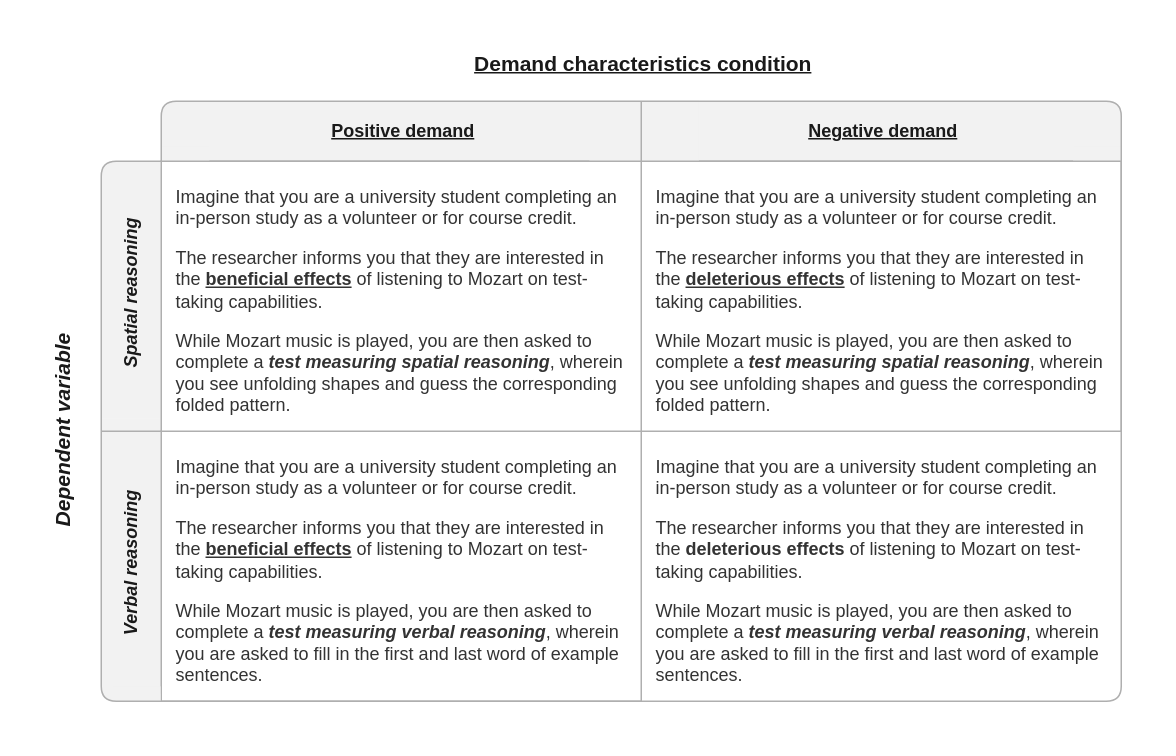
This is page "VignetteFigure" (2 of 3) of images/metaware_figures.drawio from ColesNicholas/metaware, a draw.io file, before an edit. Source tidied: cells renumbered, new cells numbered last; positions are measured from the earlier drawing's top-left corner, leaving out a move shared by most shapes. Both pictures are drawn from the tidied source at 150%, with x=0, y=0 at pixel (-204, 26).
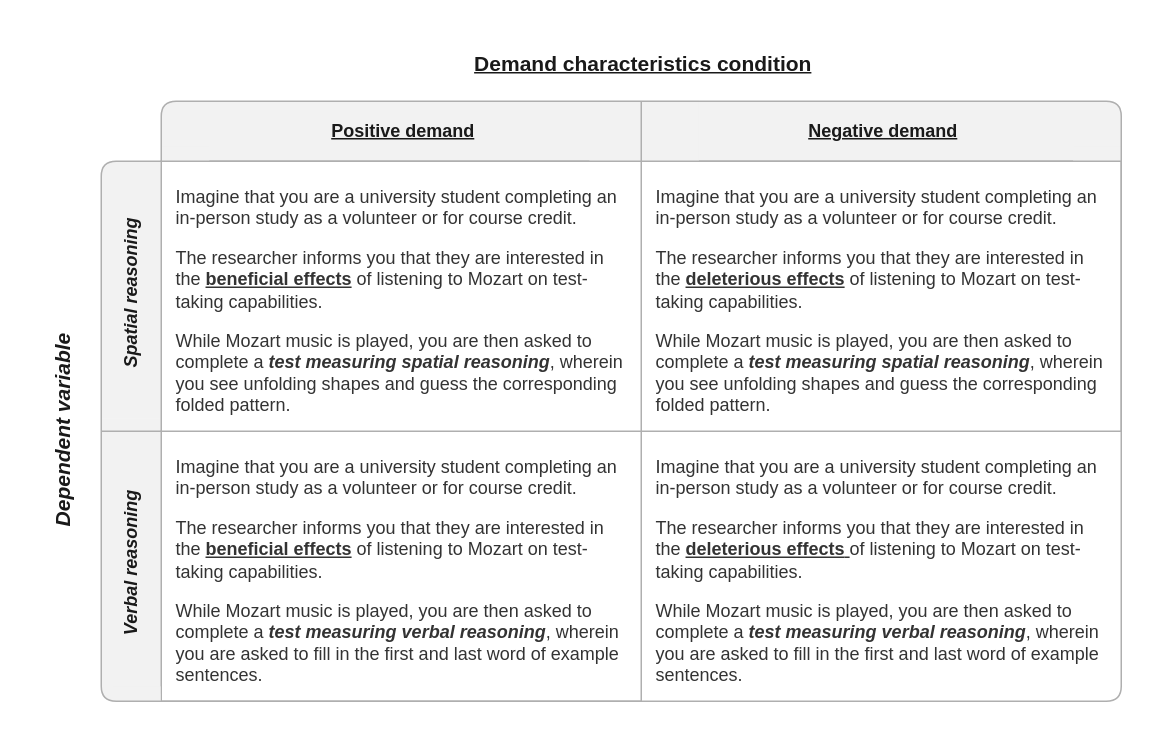
The same diagram, later.

The edit, as a diff of the source:
```diff
@@
-    <mxCell id="11" value="&lt;p class=&quot;MsoNormal&quot;&gt;Imagine that you are a university student completing an in-person study as a volunteer or for course credit.&lt;/p&gt;&lt;p class=&quot;MsoNormal&quot;&gt;The researcher informs you that they are interested in the &lt;b&gt;deleterious effects&lt;/b&gt; of listening to Mozart on test-taking capabilities.&lt;/p&gt;&lt;p class=&quot;MsoNormal&quot;&gt;While Mozart music is played, you are then asked to complete a &lt;b style=&quot;&quot;&gt;&lt;i style=&quot;&quot;&gt;test measuring verbal reasoning&lt;/i&gt;&lt;/b&gt;, wherein you are asked to fill in the first and last word of example sentences.&lt;/p&gt;" style="text;whiteSpace=wrap;html=1;spacingLeft=10;spacingRight=10;spacing=0;strokeColor=none;verticalAlign=top;horizontal=1;spacingTop=0;fontColor=#333333;" parent="1" vertex="1">
+    <mxCell id="11" value="&lt;p class=&quot;MsoNormal&quot;&gt;Imagine that you are a university student completing an in-person study as a volunteer or for course credit.&lt;/p&gt;&lt;p class=&quot;MsoNormal&quot;&gt;The researcher informs you that they are interested in the &lt;u&gt;&lt;b&gt;deleterious effects&lt;/b&gt; &lt;/u&gt;of listening to Mozart on test-taking capabilities.&lt;/p&gt;&lt;p class=&quot;MsoNormal&quot;&gt;While Mozart music is played, you are then asked to complete a &lt;b style=&quot;&quot;&gt;&lt;i style=&quot;&quot;&gt;test measuring verbal reasoning&lt;/i&gt;&lt;/b&gt;, wherein you are asked to fill in the first and last word of example sentences.&lt;/p&gt;" style="text;whiteSpace=wrap;html=1;spacingLeft=10;spacingRight=10;spacing=0;strokeColor=none;verticalAlign=top;horizontal=1;spacingTop=0;fontColor=#333333;" parent="1" vertex="1">
       <mxGeometry x="563" y="270" width="320" height="180" as="geometry" />
     </mxCell>
```
